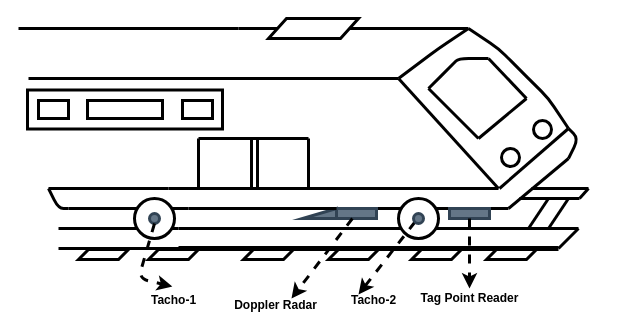
The draw.io diagram page "Page-2" (2 of 5) of Untitled Diagram.drawio in burakbasaraann/drawing, before the edit. Source tidied: cells renumbered, new cells numbered last; positions are measured from the earlier drawing's top-left corner, leaving out a move shared by most shapes. Both pictures are drawn from the tidied source at 100%, with x=0, y=0 at pixel (18, 18).
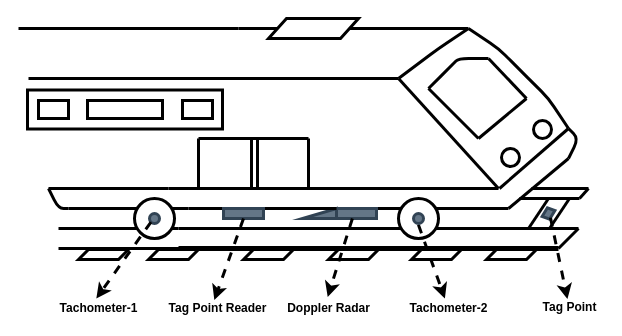
The same diagram, later.

Unchanged cells that the change refers to:
```xml
<mxCell id="63" style="ellipse;whiteSpace=wrap;html=1;strokeWidth=3;fillColor=#647687;strokeColor=#314354;fontColor=#ffffff;" parent="1" vertex="1">
  <mxGeometry x="395" y="195" width="10" height="10" as="geometry" />
</mxCell>
<mxCell id="64" style="ellipse;whiteSpace=wrap;html=1;strokeWidth=3;fillColor=#647687;strokeColor=#314354;fontColor=#ffffff;" parent="1" vertex="1">
  <mxGeometry x="131" y="195" width="10" height="10" as="geometry" />
</mxCell>
```

The edit, as a diff of the source:
```diff
@@
-    <mxCell id="18" style="rounded=0;whiteSpace=wrap;html=1;fontFamily=Helvetica;fontSize=14;strokeWidth=3;fillColor=#647687;strokeColor=#314354;fontColor=#ffffff;" parent="1" vertex="1">
-      <mxGeometry x="431" y="190" width="40" height="10" as="geometry" />
-    </mxCell>
@@
-    <mxCell id="34" value="Tacho-1" style="text;html=1;align=center;verticalAlign=middle;points=[];fontSize=12;fontFamily=Helvetica;strokeWidth=3;fontStyle=1;" parent="1" vertex="1">
-      <mxGeometry x="125" y="272" width="60" height="20" as="geometry" />
+    <mxCell id="34" value="Tachometer-1" style="text;html=1;align=center;verticalAlign=middle;points=[];fontSize=12;fontFamily=Helvetica;strokeWidth=3;fontStyle=1;" parent="1" vertex="1">
+      <mxGeometry x="30" y="280" width="100" height="20" as="geometry" />
     </mxCell>
-    <mxCell id="35" style="endArrow=classic;html=1;strokeColor=#000000;fontFamily=Helvetica;fontSize=14;strokeWidth=3;exitX=0;exitY=1;exitDx=0;exitDy=0;dashed=1;" parent="1" edge="1" source="63">
-      <mxGeometry relative="1" as="geometry">
-        <mxPoint x="340" y="275.9" as="targetPoint" />
-      </mxGeometry>
+    <mxCell id="35" style="endArrow=classic;html=1;strokeColor=#000000;fontFamily=Helvetica;fontSize=14;strokeWidth=3;exitX=0.492;exitY=1.127;exitDx=0;exitDy=0;dashed=1;exitPerimeter=0;" parent="1" edge="1" source="63" target="36">
+      <mxGeometry relative="1" as="geometry" />
     </mxCell>
-    <mxCell id="36" value="Tacho-2" style="text;html=1;align=center;verticalAlign=middle;points=[];fontSize=12;fontFamily=Helvetica;strokeWidth=3;fontStyle=1;" parent="1" vertex="1">
-      <mxGeometry x="325" y="272" width="60" height="20" as="geometry" />
+    <mxCell id="36" value="Tachometer-2" style="text;html=1;align=center;verticalAlign=middle;points=[];fontSize=12;fontFamily=Helvetica;strokeWidth=3;fontStyle=1;" parent="1" vertex="1">
+      <mxGeometry x="380" y="280" width="100" height="20" as="geometry" />
     </mxCell>
-    <mxCell id="37" style="endArrow=classic;html=1;strokeColor=#000000;fontFamily=Helvetica;fontSize=14;strokeWidth=3;dashed=1;" parent="1" edge="1">
+    <mxCell id="37" style="endArrow=classic;html=1;strokeColor=#000000;fontFamily=Helvetica;fontSize=14;strokeWidth=3;dashed=1;entryX=0.492;entryY=-0.08;entryDx=0;entryDy=0;entryPerimeter=0;" parent="1" edge="1" target="38">
       <mxGeometry relative="1" as="geometry">
         <mxPoint x="333.9" y="200" as="sourcePoint" />
-        <mxPoint x="273" y="280" as="targetPoint" />
       </mxGeometry>
     </mxCell>
     <mxCell id="38" value="Doppler Radar" style="text;html=1;align=center;verticalAlign=middle;points=[];fontSize=12;fontFamily=Helvetica;strokeWidth=3;fontStyle=1;" parent="1" vertex="1">
-      <mxGeometry x="207" y="277" width="100" height="20" as="geometry" />
+      <mxGeometry x="260" y="280" width="100" height="20" as="geometry" />
     </mxCell>
-    <mxCell id="39" style="endArrow=classic;html=1;strokeColor=#000000;fontFamily=Helvetica;fontSize=12;exitX=0.5;exitY=1;exitDx=0;exitDy=0;strokeWidth=3;dashed=1;" parent="1" edge="1" source="18">
-      <mxGeometry relative="1" as="geometry">
-        <mxPoint x="451" y="270" as="targetPoint" />
-      </mxGeometry>
-    </mxCell>
-    <mxCell id="40" value="Tag Point Reader" style="text;html=1;align=center;verticalAlign=middle;points=[];fontSize=12;fontFamily=Helvetica;strokeWidth=3;fontStyle=1;" parent="1" vertex="1">
-      <mxGeometry x="396" y="270" width="110" height="20" as="geometry" />
-    </mxCell>
@@
     <mxCell id="59" style="endArrow=none;html=1;strokeColor=#000000;fontFamily=Helvetica;fontSize=12;strokeWidth=3;" parent="1" edge="1">
       <mxGeometry relative="1" as="geometry">
-        <mxPoint x="530" y="210" as="sourcePoint" />
-        <mxPoint x="550" y="180" as="targetPoint" />
+        <mxPoint x="531" y="210" as="sourcePoint" />
+        <mxPoint x="551" y="180" as="targetPoint" />
       </mxGeometry>
     </mxCell>
@@
+    <mxCell id="66" style="rounded=0;whiteSpace=wrap;html=1;fontFamily=Helvetica;fontSize=14;strokeWidth=3;fillColor=#647687;strokeColor=#314354;fontColor=#ffffff;" parent="1" vertex="1">
+      <mxGeometry x="205" y="190" width="40" height="10" as="geometry" />
+    </mxCell>
+    <mxCell id="67" style="endArrow=classic;html=1;strokeColor=#000000;fontFamily=Helvetica;fontSize=12;exitX=0.5;exitY=1;exitDx=0;exitDy=0;strokeWidth=3;dashed=1;entryX=0.471;entryY=0.08;entryDx=0;entryDy=0;entryPerimeter=0;" parent="1" edge="1" source="66" target="40">
+      <mxGeometry relative="1" as="geometry" />
+    </mxCell>
+    <mxCell id="40" value="Tag Point Reader" style="text;html=1;align=center;verticalAlign=middle;points=[];fontSize=12;fontFamily=Helvetica;strokeWidth=3;fontStyle=1;" parent="1" vertex="1">
+      <mxGeometry x="144" y="280" width="110" height="20" as="geometry" />
+    </mxCell>
+    <mxCell id="68" style="shape=parallelogram;perimeter=parallelogramPerimeter;whiteSpace=wrap;html=1;strokeWidth=3;fillColor=#647687;strokeColor=#314354;fontColor=#ffffff;rotation=20;" parent="1" vertex="1">
+      <mxGeometry x="525" y="190" width="10" height="10" as="geometry" />
+    </mxCell>
+    <mxCell id="69" style="endArrow=classic;html=1;strokeColor=#000000;fontFamily=Helvetica;fontSize=12;exitX=1;exitY=1;exitDx=0;exitDy=0;strokeWidth=3;dashed=1;entryX=0.471;entryY=0.08;entryDx=0;entryDy=0;entryPerimeter=0;" parent="1" edge="1" source="68" target="70">
+      <mxGeometry relative="1" as="geometry" />
+    </mxCell>
+    <mxCell id="70" value="Tag Point" style="text;html=1;align=center;verticalAlign=middle;points=[];fontSize=12;fontFamily=Helvetica;strokeWidth=3;fontStyle=1;" parent="1" vertex="1">
+      <mxGeometry x="516" y="279" width="70" height="20" as="geometry" />
+    </mxCell>
-    <mxCell id="65" style="endArrow=classic;html=1;strokeColor=#000000;fontFamily=Helvetica;fontSize=14;entryX=0.48;entryY=-0.2;entryDx=0;entryDy=0;entryPerimeter=0;strokeWidth=3;exitX=0.5;exitY=1;exitDx=0;exitDy=0;dashed=1;" parent="1" edge="1" source="64" target="34">
-      <mxGeometry relative="1" as="geometry">
-        <Array as="points">
-          <mxPoint x="120" y="260" />
-        </Array>
-      </mxGeometry>
+    <mxCell id="65" style="endArrow=classic;html=1;strokeColor=#000000;fontFamily=Helvetica;fontSize=12;exitX=0;exitY=1;exitDx=0;exitDy=0;strokeWidth=3;dashed=1;entryX=0.478;entryY=0.006;entryDx=0;entryDy=0;entryPerimeter=0;" parent="1" edge="1" source="64" target="34">
+      <mxGeometry relative="1" as="geometry" />
     </mxCell>
```
